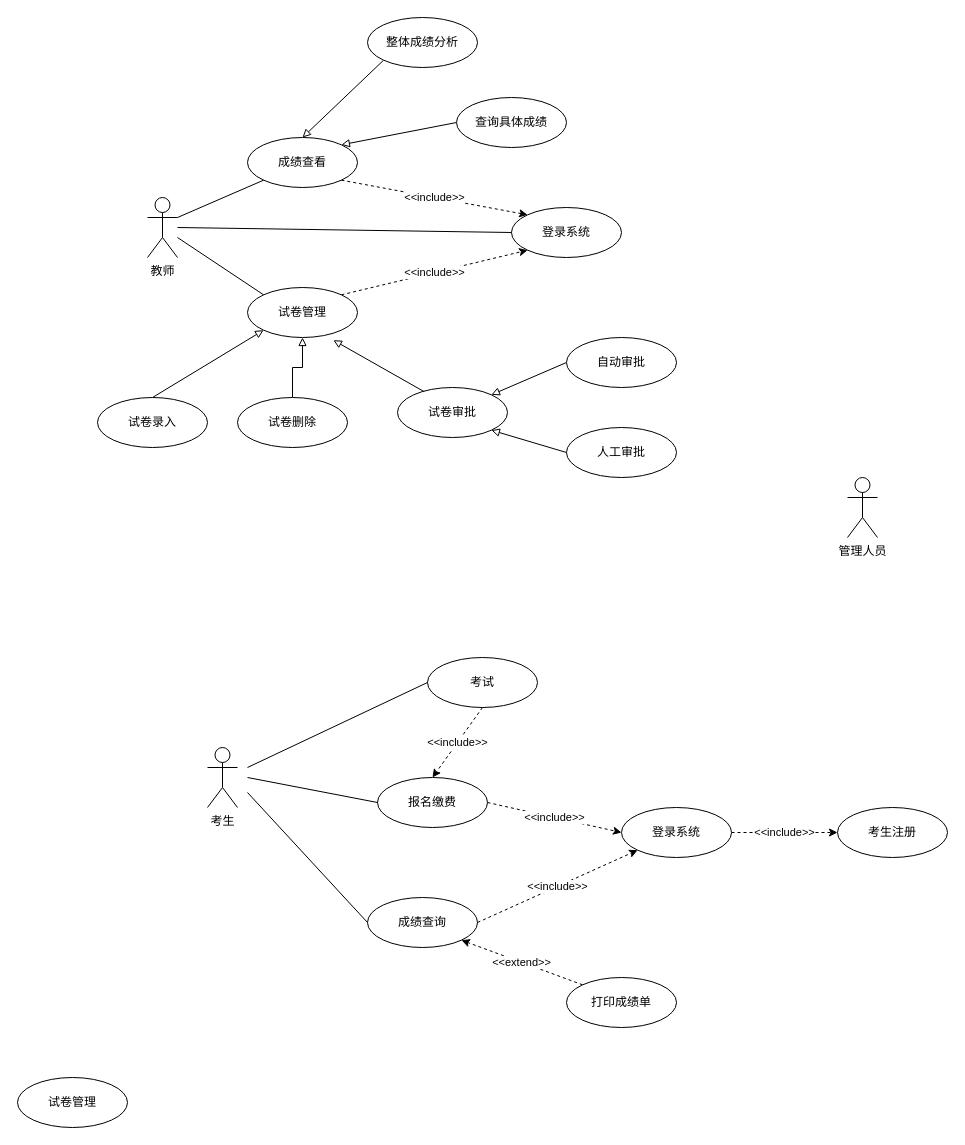
This is 未命名绘图.drawio from MMMayongtian/CET-6, a draw.io file, before an edit. Source tidied: cells renumbered, new cells numbered last; positions are measured from the earlier drawing's top-left corner, leaving out a move shared by most shapes. Both pictures are drawn from the tidied source at 100%, with x=0, y=0 at pixel (17, 17).
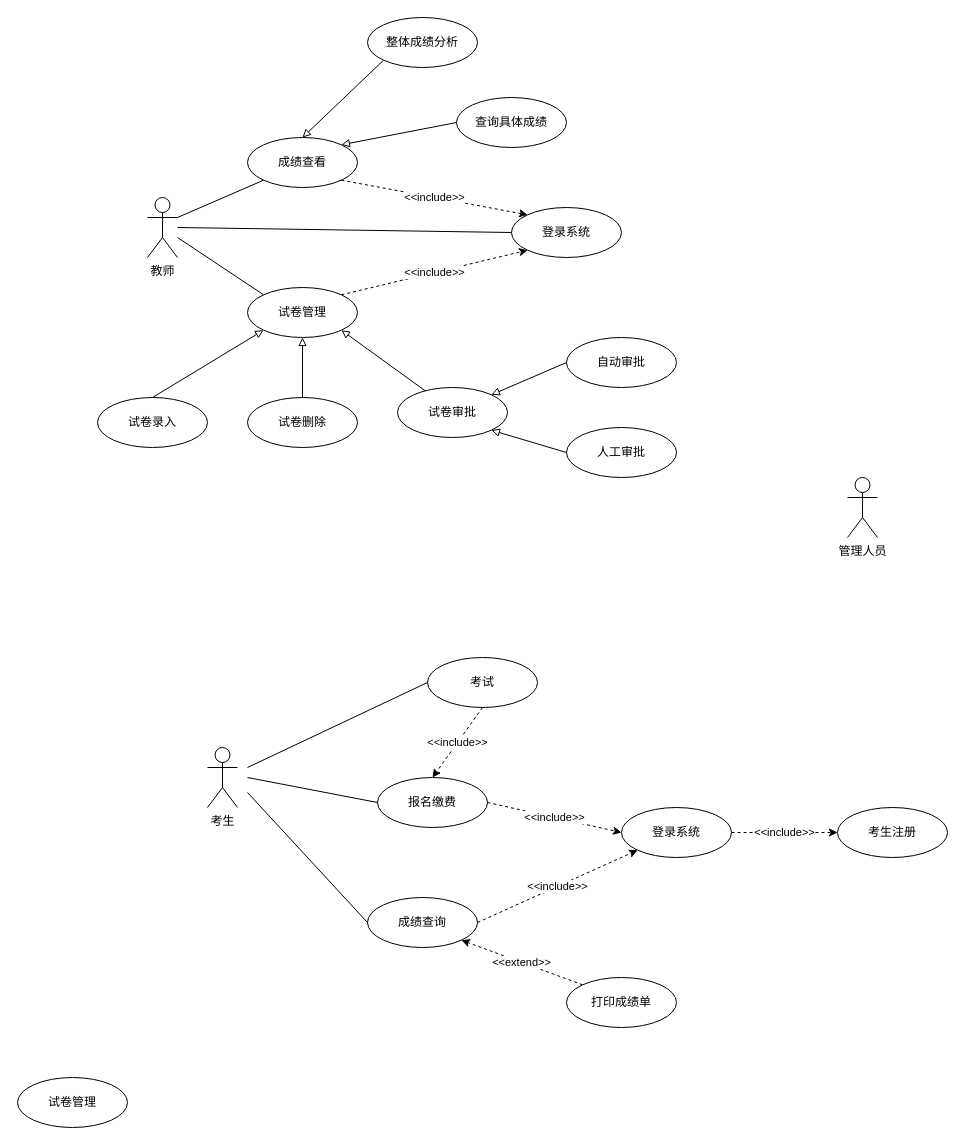
The same diagram, later.

Commit message:
更新未命名绘图.drawio

The change refers to these unchanged cells:
```xml
<mxCell id="6" value="试卷管理" style="ellipse;whiteSpace=wrap;html=1;" parent="1" vertex="1">
  <mxGeometry x="230" y="270" width="110" height="50" as="geometry" />
</mxCell>
```

What changed in the source:
```diff
@@
     <mxCell id="21" value="试卷删除" style="ellipse;whiteSpace=wrap;html=1;" parent="1" vertex="1">
-      <mxGeometry x="220" y="380" width="110" height="50" as="geometry" />
+      <mxGeometry x="230" y="380" width="110" height="50" as="geometry" />
     </mxCell>
@@
-    <mxCell id="24" style="rounded=0;orthogonalLoop=1;jettySize=auto;html=1;exitX=0.5;exitY=0;exitDx=0;exitDy=0;entryX=1;entryY=1;entryDx=0;entryDy=0;endArrow=block;endFill=0;" parent="1" edge="1">
+    <mxCell id="24" style="rounded=0;jettySize=auto;html=1;exitX=0.5;exitY=0;exitDx=0;exitDy=0;entryX=1;entryY=1;entryDx=0;entryDy=0;endArrow=block;endFill=0;" parent="1" edge="1" target="6">
       <mxGeometry relative="1" as="geometry">
         <mxPoint x="417" y="380" as="sourcePoint" />
-        <mxPoint x="315.9" y="322.7" as="targetPoint" />
       </mxGeometry>
     </mxCell>
```
